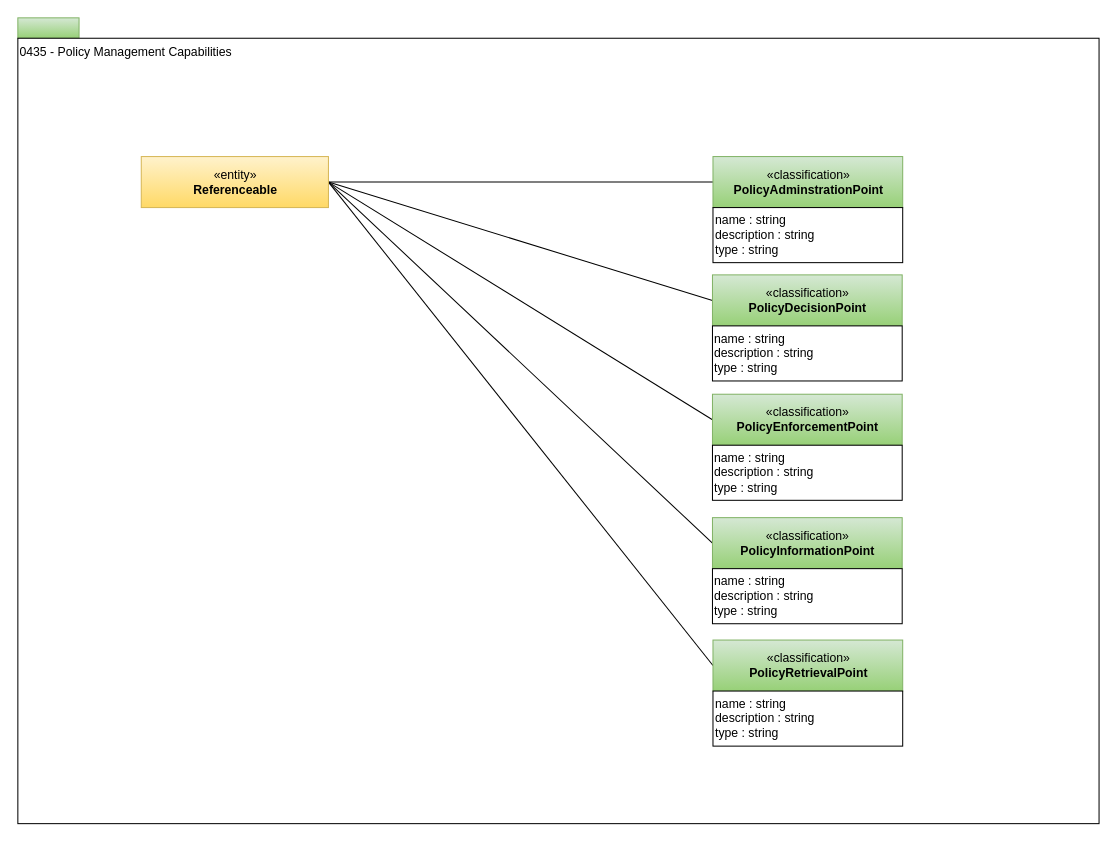
Earlier version of the draw.io diagram page "0435-Policy-Management-Capabilities" (13 of 25) of open-metadata-publication/website/open-metadata-types/area-4-governance.drawio (odpi/egeria). Source tidied: cells renumbered, new cells numbered last; positions are measured from the earlier drawing's top-left corner, leaving out a move shared by most shapes. Both pictures are drawn from the tidied source at 102%, with x=0, y=0 at pixel (17, 17).
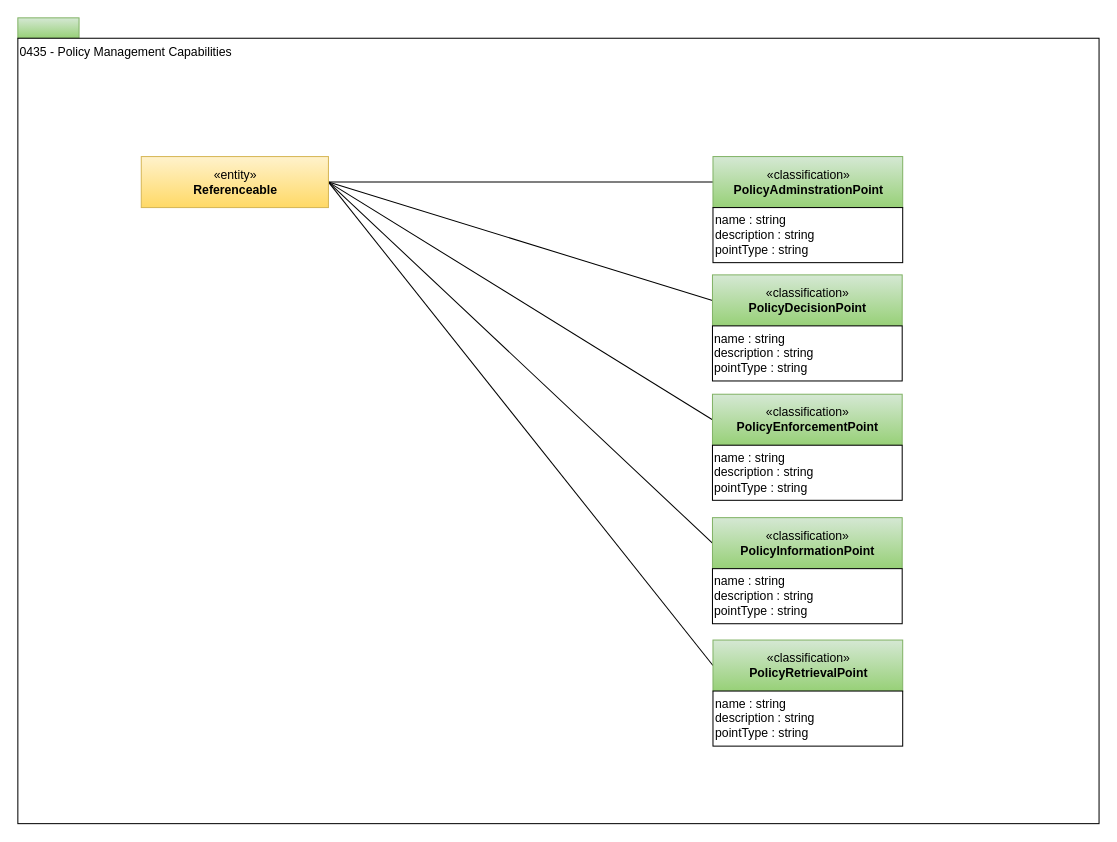
The same diagram, later.

Diff of the diagram source:
```diff
@@
 <mxGraphModel>
   <root>
     <mxCell id="0" />
     <mxCell id="1" parent="0" />
     <mxCell id="2" style="rounded=0;whiteSpace=wrap;html=1;align=left;fillColor=#d5e8d4;strokeColor=#82b366;gradientColor=#97d077;" parent="1" vertex="1">
       <mxGeometry width="60" height="20" as="geometry" />
     </mxCell>
     <mxCell id="3" value="0435 - Policy Management Capabilities" style="rounded=0;whiteSpace=wrap;html=1;align=left;verticalAlign=top;" parent="1" vertex="1">
       <mxGeometry y="20" width="1060" height="770" as="geometry" />
     </mxCell>
     <mxCell id="4" style="edgeStyle=orthogonalEdgeStyle;rounded=0;html=1;exitX=1;exitY=0.5;entryX=0;entryY=0.5;jettySize=auto;endArrow=none;endFill=0;" parent="1" edge="1" source="19" target="5">
       <mxGeometry relative="1" as="geometry" />
     </mxCell>
     <mxCell id="5" value="«classification»&lt;br&gt;&lt;b&gt;PolicyAdminstrationPoint&lt;/b&gt;" style="html=1;strokeColor=#82b366;align=center;fillColor=#d5e8d4;gradientColor=#97d077;" parent="1" vertex="1">
       <mxGeometry x="681.5" y="136" width="186" height="50" as="geometry" />
     </mxCell>
-    <mxCell id="6" value="name : string&lt;br&gt;description : string&lt;br&gt;type : string" style="rounded=0;whiteSpace=wrap;html=1;strokeColor=#000000;gradientColor=#ffffff;align=left;" parent="1" vertex="1">
+    <mxCell id="6" value="name : string&lt;br&gt;description : string&lt;br&gt;pointType : string" style="rounded=0;whiteSpace=wrap;html=1;strokeColor=#000000;gradientColor=#ffffff;align=left;" parent="1" vertex="1">
       <mxGeometry x="681.5" y="186" width="186" height="54" as="geometry" />
     </mxCell>
     <mxCell id="7" style="rounded=0;html=1;entryX=0;entryY=0.5;jettySize=auto;endArrow=none;endFill=0;exitX=1;exitY=0.5;exitDx=0;exitDy=0;" parent="1" edge="1" source="19" target="8">
       <mxGeometry relative="1" as="geometry" />
     </mxCell>
     <mxCell id="8" value="«classification»&lt;br&gt;&lt;b&gt;PolicyDecisionPoint&lt;/b&gt;" style="html=1;strokeColor=#82b366;align=center;fillColor=#d5e8d4;gradientColor=#97d077;" parent="1" vertex="1">
       <mxGeometry x="681" y="252" width="186" height="50" as="geometry" />
     </mxCell>
-    <mxCell id="9" value="name : string&lt;br&gt;description : string&lt;br&gt;type : string" style="rounded=0;whiteSpace=wrap;html=1;strokeColor=#000000;gradientColor=#ffffff;align=left;" parent="1" vertex="1">
+    <mxCell id="9" value="name : string&lt;br&gt;description : string&lt;br&gt;pointType : string" style="rounded=0;whiteSpace=wrap;html=1;strokeColor=#000000;gradientColor=#ffffff;align=left;" parent="1" vertex="1">
       <mxGeometry x="681" y="302" width="186" height="54" as="geometry" />
     </mxCell>
     <mxCell id="10" style="rounded=0;html=1;exitX=1;exitY=0.5;entryX=0;entryY=0.5;jettySize=auto;endArrow=none;endFill=0;exitDx=0;exitDy=0;" parent="1" edge="1" source="19" target="11">
       <mxGeometry relative="1" as="geometry" />
     </mxCell>
     <mxCell id="11" value="«classification»&lt;br&gt;&lt;b&gt;PolicyEnforcementPoint&lt;/b&gt;" style="html=1;strokeColor=#82b366;align=center;fillColor=#d5e8d4;gradientColor=#97d077;" parent="1" vertex="1">
       <mxGeometry x="681" y="369" width="186" height="50" as="geometry" />
     </mxCell>
-    <mxCell id="12" value="name : string&lt;br&gt;description : string&lt;br&gt;type : string" style="rounded=0;whiteSpace=wrap;html=1;strokeColor=#000000;gradientColor=#ffffff;align=left;" parent="1" vertex="1">
+    <mxCell id="12" value="name : string&lt;br&gt;description : string&lt;br&gt;pointType : string" style="rounded=0;whiteSpace=wrap;html=1;strokeColor=#000000;gradientColor=#ffffff;align=left;" parent="1" vertex="1">
       <mxGeometry x="681" y="419" width="186" height="54" as="geometry" />
     </mxCell>
     <mxCell id="13" style="rounded=0;html=1;exitX=1;exitY=0.5;entryX=0;entryY=0.5;jettySize=auto;endArrow=none;endFill=0;exitDx=0;exitDy=0;" parent="1" edge="1" source="19" target="14">
       <mxGeometry relative="1" as="geometry" />
     </mxCell>
     <mxCell id="14" value="«classification»&lt;br&gt;&lt;b&gt;PolicyInformationPoint&lt;/b&gt;" style="html=1;strokeColor=#82b366;align=center;fillColor=#d5e8d4;gradientColor=#97d077;" parent="1" vertex="1">
       <mxGeometry x="681" y="490" width="186" height="50" as="geometry" />
     </mxCell>
-    <mxCell id="15" value="name : string&lt;br&gt;description : string&lt;br&gt;type : string" style="rounded=0;whiteSpace=wrap;html=1;strokeColor=#000000;gradientColor=#ffffff;align=left;" parent="1" vertex="1">
+    <mxCell id="15" value="name : string&lt;br&gt;description : string&lt;br&gt;pointType : string" style="rounded=0;whiteSpace=wrap;html=1;strokeColor=#000000;gradientColor=#ffffff;align=left;" parent="1" vertex="1">
       <mxGeometry x="681" y="540" width="186" height="54" as="geometry" />
     </mxCell>
     <mxCell id="16" style="rounded=0;html=1;entryX=0;entryY=0.5;jettySize=auto;endArrow=none;endFill=0;exitX=1;exitY=0.5;exitDx=0;exitDy=0;" parent="1" edge="1" source="19" target="17">
       <mxGeometry relative="1" as="geometry" />
     </mxCell>
     <mxCell id="17" value="«classification»&lt;br&gt;&lt;b&gt;PolicyRetrievalPoint&lt;/b&gt;" style="html=1;strokeColor=#82b366;align=center;fillColor=#d5e8d4;gradientColor=#97d077;" parent="1" vertex="1">
       <mxGeometry x="681.5" y="610" width="186" height="50" as="geometry" />
     </mxCell>
-    <mxCell id="18" value="name : string&lt;br&gt;description : string&lt;br&gt;type : string" style="rounded=0;whiteSpace=wrap;html=1;strokeColor=#000000;gradientColor=#ffffff;align=left;" parent="1" vertex="1">
+    <mxCell id="18" value="name : string&lt;br&gt;description : string&lt;br&gt;pointType : string" style="rounded=0;whiteSpace=wrap;html=1;strokeColor=#000000;gradientColor=#ffffff;align=left;" parent="1" vertex="1">
       <mxGeometry x="681.5" y="660" width="186" height="54" as="geometry" />
     </mxCell>
     <mxCell id="19" value="«entity»&lt;br&gt;&lt;b&gt;Referenceable&lt;/b&gt;" style="html=1;strokeColor=#d6b656;align=center;fillColor=#fff2cc;gradientColor=#ffd966;" parent="1" vertex="1">
       <mxGeometry x="121" y="136" width="183.5" height="50" as="geometry" />
     </mxCell>
   </root>
 </mxGraphModel>
```
